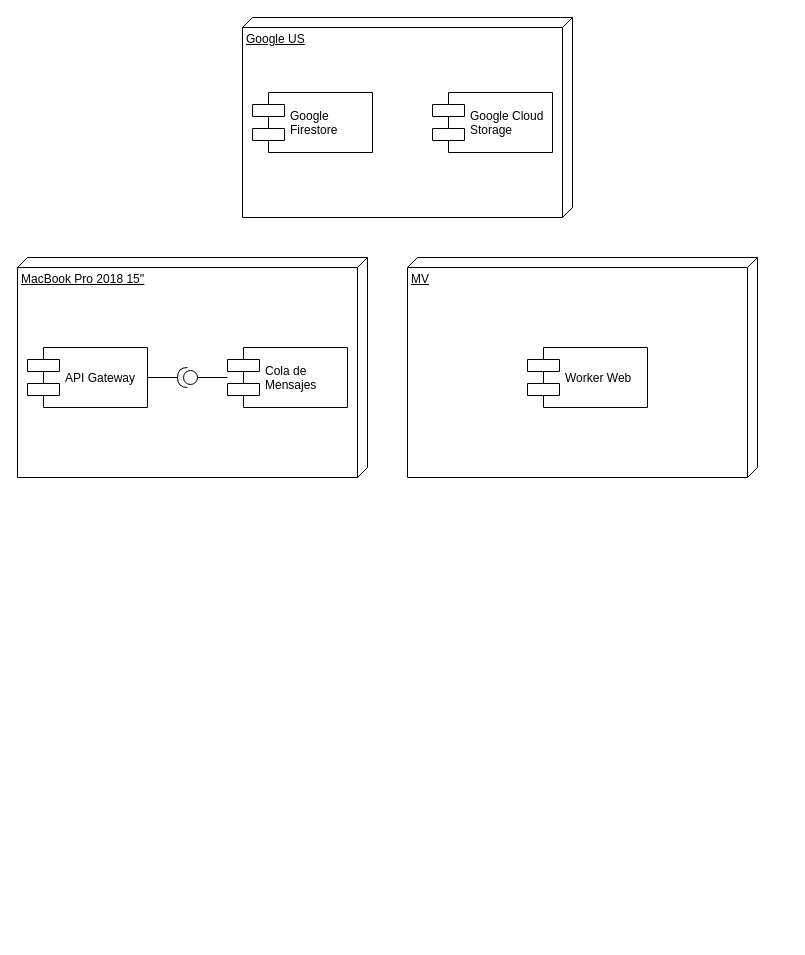
Before: arquitectura/despliegue.drawio in matrujillo10/miso-4208-proyecto, a draw.io diagram. Source tidied: cells renumbered, new cells numbered last; positions are measured from the earlier drawing's top-left corner, leaving out a move shared by most shapes. Both pictures are drawn from the tidied source at 100%, with x=0, y=0 at pixel (17, 17).
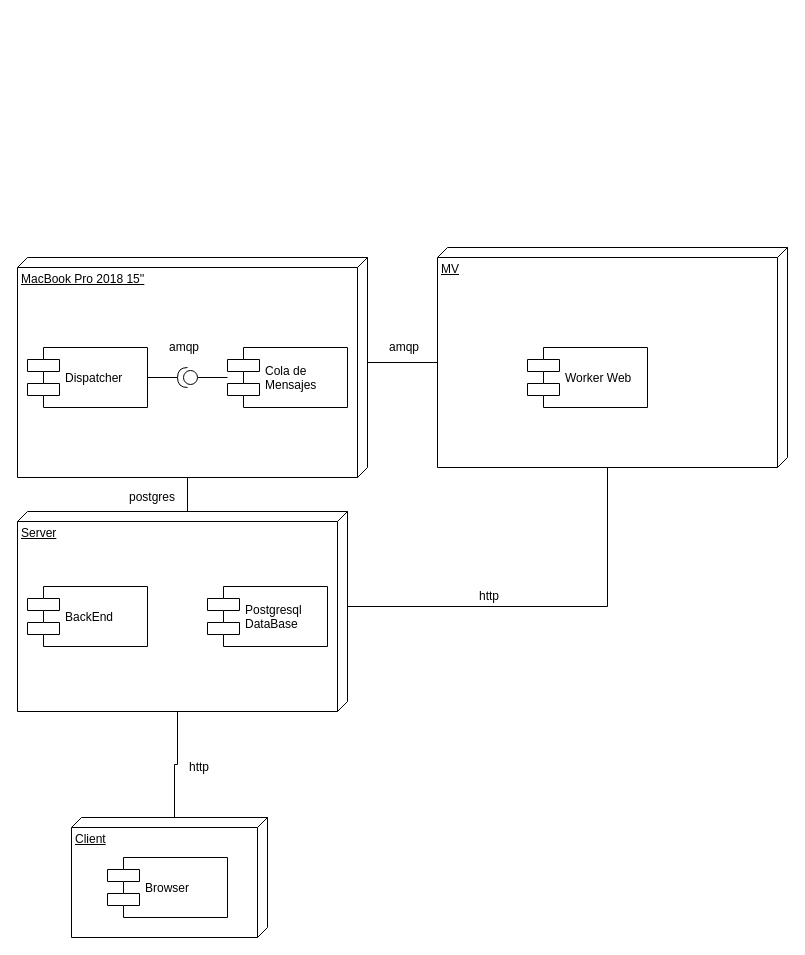
The same diagram, later.

Unchanged cells that the change refers to:
```xml
<mxCell id="5" value="MacBook Pro 2018 15''" style="verticalAlign=top;align=left;spacingTop=8;spacingLeft=2;spacingRight=12;shape=cube;size=10;direction=south;fontStyle=4;html=1;" parent="1" vertex="1">
  <mxGeometry y="240" width="350" height="220" as="geometry" />
</mxCell>
```

The edit, as a diff of the source:
```diff
@@
+    <mxCell id="13" style="edgeStyle=orthogonalEdgeStyle;rounded=0;jettySize=auto;html=1;exitX=0;exitY=0;exitDx=200;exitDy=170;exitPerimeter=0;entryX=0;entryY=0;entryDx=0;entryDy=93;entryPerimeter=0;endArrow=none;endFill=0;" parent="1" edge="1" source="2" target="21">
+      <mxGeometry relative="1" as="geometry" />
+    </mxCell>
-    <mxCell id="2" value="Google US" style="verticalAlign=top;align=left;spacingTop=8;spacingLeft=2;spacingRight=12;shape=cube;size=10;direction=south;fontStyle=4;html=1;" parent="1" vertex="1">
-      <mxGeometry x="225" width="330" height="200" as="geometry" />
+    <mxCell id="2" value="Server" style="verticalAlign=top;align=left;spacingTop=8;spacingLeft=2;spacingRight=12;shape=cube;size=10;direction=south;fontStyle=4;html=1;" parent="1" vertex="1">
+      <mxGeometry y="494" width="330" height="200" as="geometry" />
     </mxCell>
-    <mxCell id="3" value="Google Cloud&#10;Storage" style="shape=component;align=left;spacingLeft=36;" parent="1" vertex="1">
-      <mxGeometry x="415" y="75" width="120" height="60" as="geometry" />
+    <mxCell id="3" value="Postgresql&#10;DataBase" style="shape=component;align=left;spacingLeft=36;" parent="1" vertex="1">
+      <mxGeometry x="190" y="569" width="120" height="60" as="geometry" />
     </mxCell>
-    <mxCell id="4" value="Google&#10;Firestore" style="shape=component;align=left;spacingLeft=36;" parent="1" vertex="1">
-      <mxGeometry x="235" y="75" width="120" height="60" as="geometry" />
+    <mxCell id="4" value="BackEnd" style="shape=component;align=left;spacingLeft=36;" parent="1" vertex="1">
+      <mxGeometry x="10" y="569" width="120" height="60" as="geometry" />
     </mxCell>
+    <mxCell id="14" style="edgeStyle=orthogonalEdgeStyle;rounded=0;jettySize=auto;html=1;exitX=0;exitY=0;exitDx=220;exitDy=180;exitPerimeter=0;entryX=0;entryY=0;entryDx=0;entryDy=160;entryPerimeter=0;endArrow=none;endFill=0;" parent="1" edge="1" source="5" target="2">
+      <mxGeometry relative="1" as="geometry" />
+    </mxCell>
@@
-    <mxCell id="7" value="API Gateway" style="shape=component;align=left;spacingLeft=36;" parent="1" vertex="1">
+    <mxCell id="7" value="Dispatcher" style="shape=component;align=left;spacingLeft=36;" parent="1" vertex="1">
       <mxGeometry x="10" y="330" width="120" height="60" as="geometry" />
     </mxCell>
@@
+    <mxCell id="15" style="edgeStyle=orthogonalEdgeStyle;rounded=0;jettySize=auto;html=1;exitX=0;exitY=0;exitDx=115;exitDy=350;exitPerimeter=0;entryX=0;entryY=0;entryDx=105;entryDy=0;entryPerimeter=0;endArrow=none;endFill=0;" parent="1" edge="1" source="11" target="5">
+      <mxGeometry relative="1" as="geometry" />
+    </mxCell>
+    <mxCell id="16" style="edgeStyle=orthogonalEdgeStyle;rounded=0;jettySize=auto;html=1;exitX=0;exitY=0;exitDx=220;exitDy=180;exitPerimeter=0;entryX=0;entryY=0;entryDx=95;entryDy=0;entryPerimeter=0;endArrow=none;endFill=0;" parent="1" edge="1" source="11" target="2">
+      <mxGeometry relative="1" as="geometry" />
+    </mxCell>
     <mxCell id="11" value="MV" style="verticalAlign=top;align=left;spacingTop=8;spacingLeft=2;spacingRight=12;shape=cube;size=10;direction=south;fontStyle=4;html=1;" parent="1" vertex="1">
-      <mxGeometry x="390" y="240" width="350" height="220" as="geometry" />
+      <mxGeometry x="420" y="230" width="350" height="220" as="geometry" />
     </mxCell>
@@
+    <mxCell id="17" value="http" style="text;html=1;align=left;verticalAlign=top;spacingTop=-4;" parent="1" vertex="1">
+      <mxGeometry x="460" y="569" width="40" height="20" as="geometry" />
+    </mxCell>
+    <mxCell id="18" value="amqp" style="text;html=1;align=left;verticalAlign=top;spacingTop=-4;" parent="1" vertex="1">
+      <mxGeometry x="370" y="320" width="50" height="20" as="geometry" />
+    </mxCell>
+    <mxCell id="19" value="amqp" style="text;html=1;align=left;verticalAlign=top;spacingTop=-4;" parent="1" vertex="1">
+      <mxGeometry x="150" y="320" width="50" height="20" as="geometry" />
+    </mxCell>
+    <mxCell id="20" value="postgres" style="text;html=1;align=left;verticalAlign=top;spacingTop=-4;" parent="1" vertex="1">
+      <mxGeometry x="110" y="470" width="60" height="20" as="geometry" />
+    </mxCell>
+    <mxCell id="21" value="Client" style="verticalAlign=top;align=left;spacingTop=8;spacingLeft=2;spacingRight=12;shape=cube;size=10;direction=south;fontStyle=4;html=1;" parent="1" vertex="1">
+      <mxGeometry x="54" y="800" width="196" height="120" as="geometry" />
+    </mxCell>
+    <mxCell id="22" value="Browser" style="shape=component;align=left;spacingLeft=36;" parent="1" vertex="1">
+      <mxGeometry x="90" y="840" width="120" height="60" as="geometry" />
+    </mxCell>
+    <mxCell id="23" value="http" style="text;html=1;align=left;verticalAlign=top;spacingTop=-4;" parent="1" vertex="1">
+      <mxGeometry x="170" y="740" width="40" height="20" as="geometry" />
+    </mxCell>
```
